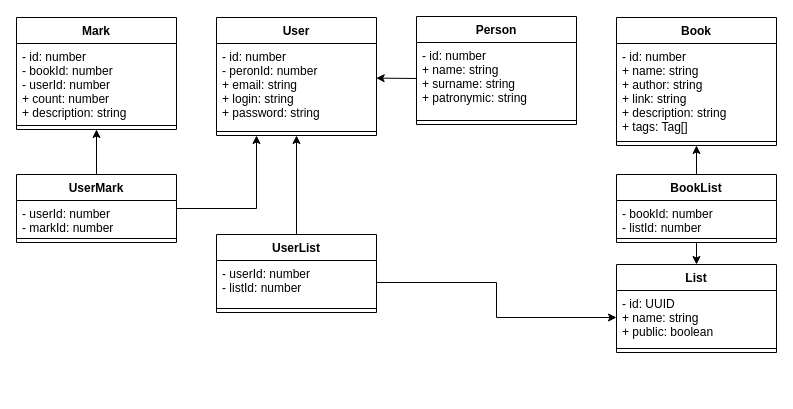
EugeneMalin/bookme keeps this draw.io diagram as classes.drawio. Above is the earlier version. Source tidied: cells renumbered, new cells numbered last; positions are measured from the earlier drawing's top-left corner, leaving out a move shared by most shapes. Both pictures are drawn from the tidied source at 100%, with x=0, y=0 at pixel (16, 16).
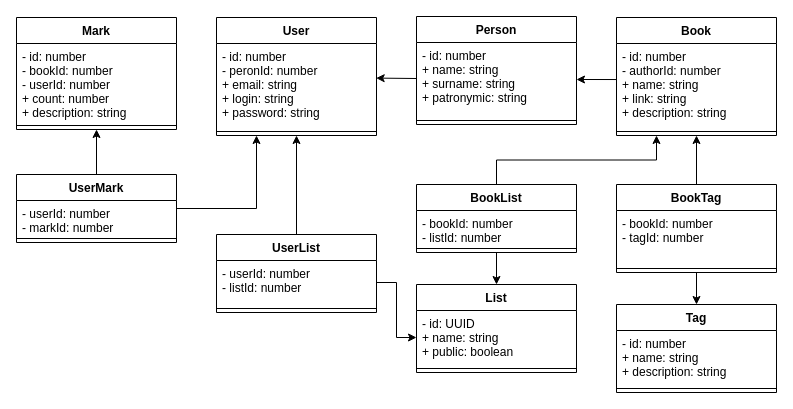
The same diagram, later.

Commit message (it also covers changes not shown here):
Add tags class

Unchanged cells that the change refers to:
```xml
<mxCell id="30" value="- id: number&#10;+ name: string&#10;+ surname: string&#10;+ patronymic: string&#10;" style="text;strokeColor=none;fillColor=none;align=left;verticalAlign=top;spacingLeft=4;spacingRight=4;overflow=hidden;points=[[0,0.5],[1,0.5]];portConstraint=eastwest;" parent="29" vertex="1">
  <mxGeometry y="26" width="160" height="74" as="geometry" />
</mxCell>
```

What changed in the source:
```diff
@@
     <mxCell id="5" value="Book" style="swimlane;fontStyle=1;align=center;verticalAlign=top;horizontal=1;startSize=26;" parent="1" vertex="1">
-      <mxGeometry x="600" y="1" width="160" height="128" as="geometry" />
+      <mxGeometry x="600" y="1" width="160" height="118" as="geometry" />
     </mxCell>
-    <mxCell id="6" value="- id: number&#10;+ name: string&#10;+ author: string&#10;+ link: string&#10;+ description: string&#10;+ tags: Tag[]" style="text;strokeColor=none;fillColor=none;align=left;verticalAlign=top;spacingLeft=4;spacingRight=4;overflow=hidden;points=[[0,0.5],[1,0.5]];portConstraint=eastwest;" parent="5" vertex="1">
-      <mxGeometry y="26" width="160" height="94" as="geometry" />
+    <mxCell id="6" value="- id: number&#10;- authorId: number&#10;+ name: string&#10;+ link: string&#10;+ description: string" style="text;strokeColor=none;fillColor=none;align=left;verticalAlign=top;spacingLeft=4;spacingRight=4;overflow=hidden;points=[[0,0.5],[1,0.5]];portConstraint=eastwest;" parent="5" vertex="1">
+      <mxGeometry y="26" width="160" height="84" as="geometry" />
     </mxCell>
     <mxCell id="7" style="line;strokeWidth=1;fillColor=none;align=left;verticalAlign=middle;spacingTop=-1;spacingLeft=3;spacingRight=3;labelPosition=right;" parent="5" vertex="1">
-      <mxGeometry y="120" width="160" height="8" as="geometry" />
+      <mxGeometry y="110" width="160" height="8" as="geometry" />
     </mxCell>
@@
     <mxCell id="11" value="List" style="swimlane;fontStyle=1;align=center;verticalAlign=top;horizontal=1;startSize=26;" parent="1" vertex="1">
-      <mxGeometry x="600" y="248" width="160" height="88" as="geometry" />
+      <mxGeometry x="400" y="268" width="160" height="88" as="geometry" />
     </mxCell>
@@
-    <mxCell id="19" style="edgeStyle=orthogonalEdgeStyle;rounded=0;jettySize=auto;html=1;exitX=0.5;exitY=0;exitDx=0;exitDy=0;" parent="1" edge="1" source="20" target="5">
+    <mxCell id="19" style="edgeStyle=orthogonalEdgeStyle;rounded=0;jettySize=auto;html=1;exitX=0.5;exitY=0;exitDx=0;exitDy=0;entryX=0.25;entryY=1;entryDx=0;entryDy=0;" parent="1" edge="1" source="20" target="5">
       <mxGeometry relative="1" as="geometry" />
     </mxCell>
     <mxCell id="20" value="BookList" style="swimlane;fontStyle=1;align=center;verticalAlign=top;horizontal=1;startSize=26;" parent="1" vertex="1">
-      <mxGeometry x="600" y="158" width="160" height="68" as="geometry" />
+      <mxGeometry x="400" y="168" width="160" height="68" as="geometry" />
     </mxCell>
@@
+    <mxCell id="33" value="Tag" style="swimlane;fontStyle=1;align=center;verticalAlign=top;horizontal=1;startSize=26;" parent="1" vertex="1">
+      <mxGeometry x="600" y="288" width="160" height="88" as="geometry" />
+    </mxCell>
+    <mxCell id="34" value="- id: number&#10;+ name: string&#10;+ description: string" style="text;strokeColor=none;fillColor=none;align=left;verticalAlign=top;spacingLeft=4;spacingRight=4;overflow=hidden;" parent="33" vertex="1">
+      <mxGeometry y="26" width="160" height="54" as="geometry" />
+    </mxCell>
+    <mxCell id="35" style="line;strokeWidth=1;fillColor=none;align=left;verticalAlign=middle;spacingTop=-1;spacingLeft=3;spacingRight=3;labelPosition=right;" parent="33" vertex="1">
+      <mxGeometry y="80" width="160" height="8" as="geometry" />
+    </mxCell>
+    <mxCell id="36" value="BookTag" style="swimlane;fontStyle=1;align=center;verticalAlign=top;horizontal=1;startSize=26;" parent="1" vertex="1">
+      <mxGeometry x="600" y="168" width="160" height="88" as="geometry" />
+    </mxCell>
+    <mxCell id="37" value="- bookId: number&#10;- tagId: number" style="text;strokeColor=none;fillColor=none;align=left;verticalAlign=top;spacingLeft=4;spacingRight=4;overflow=hidden;" parent="36" vertex="1">
+      <mxGeometry y="26" width="160" height="54" as="geometry" />
+    </mxCell>
+    <mxCell id="38" style="line;strokeWidth=1;fillColor=none;align=left;verticalAlign=middle;spacingTop=-1;spacingLeft=3;spacingRight=3;labelPosition=right;" parent="36" vertex="1">
+      <mxGeometry y="80" width="160" height="8" as="geometry" />
+    </mxCell>
+    <mxCell id="39" style="endArrow=classic;html=1;entryX=0.5;entryY=1;entryDx=0;entryDy=0;exitX=0.5;exitY=0;exitDx=0;exitDy=0;" parent="1" edge="1" source="36" target="5">
+      <mxGeometry relative="1" as="geometry" />
+    </mxCell>
+    <mxCell id="40" style="endArrow=classic;html=1;entryX=0.5;entryY=0;entryDx=0;entryDy=0;exitX=0.5;exitY=1;exitDx=0;exitDy=0;" parent="1" edge="1" source="36" target="33">
+      <mxGeometry relative="1" as="geometry" />
+    </mxCell>
+    <mxCell id="41" style="endArrow=classic;html=1;entryX=1;entryY=0.5;entryDx=0;entryDy=0;exitX=0;exitY=0.429;exitDx=0;exitDy=0;exitPerimeter=0;" parent="1" edge="1" source="6" target="30">
+      <mxGeometry relative="1" as="geometry" />
+    </mxCell>
```
